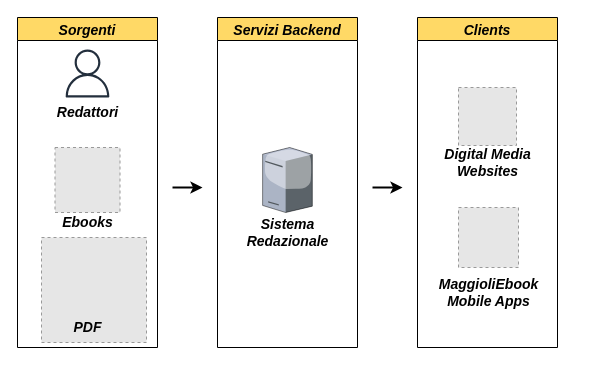
The draw.io diagram page "Page-21" (19 of 19) of tesi-2.drawio in paganellif/tesi-paganelli, before the edit. Source tidied: cells renumbered, new cells numbered last; positions are measured from the earlier drawing's top-left corner, leaving out a move shared by most shapes. Both pictures are drawn from the tidied source at 100%, with x=0, y=0 at pixel (17, 17). Pictures stored in the file or linked from it are replaced by grey dashed boxes.
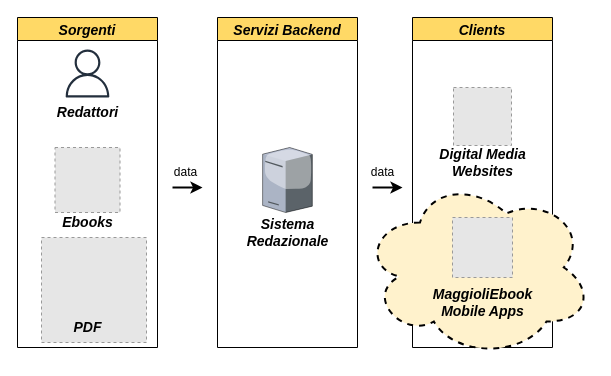
Above is the later version.

Change to the diagram source:
```diff
@@
     <mxCell id="14" value="Clients" style="swimlane;fillColor=#FFD966;fontSize=14;fontStyle=3;" parent="1" vertex="1">
-      <mxGeometry x="400" width="140" height="330" as="geometry" />
+      <mxGeometry x="395" width="140" height="330" as="geometry" />
     </mxCell>
@@
-    <mxCell id="17" style="fillColor=#E6E6E6;strokeColor=#999999;dashed=1;html=1;verticalAlign=top;verticalLabelPosition=bottom;labelBackgroundColor=#ffffff;fontSize=19;" parent="14" vertex="1">
-      <mxGeometry x="41" y="190" width="60" height="60" as="geometry" />
-    </mxCell>
+    <mxCell id="19" style="ellipse;shape=cloud;whiteSpace=wrap;html=1;strokeColor=#000000;strokeWidth=2;fillColor=#FFF2CC;dashed=1;" parent="14" vertex="1">
+      <mxGeometry x="-50" y="160" width="230" height="180" as="geometry" />
+    </mxCell>
+    <mxCell id="20" style="fillColor=#E6E6E6;strokeColor=#999999;dashed=1;html=1;verticalAlign=top;verticalLabelPosition=bottom;labelBackgroundColor=#ffffff;fontSize=19;" parent="14" vertex="1">
+      <mxGeometry x="40" y="200" width="60" height="60" as="geometry" />
+    </mxCell>
     <mxCell id="18" value="&lt;span style=&quot;font-size: 14px;&quot;&gt;&lt;b&gt;&lt;i&gt;MaggioliEbook&lt;br&gt;&lt;/i&gt;&lt;/b&gt;&lt;/span&gt;&lt;font style=&quot;font-size: 14px;&quot;&gt;&lt;i&gt;&lt;b&gt;Mobile Apps&lt;/b&gt;&lt;/i&gt;&lt;/font&gt;" style="text;html=1;align=center;verticalAlign=middle;strokeColor=none;fillColor=none;" parent="14" vertex="1">
-      <mxGeometry x="11" y="250" width="120" height="50" as="geometry" />
+      <mxGeometry x="10" y="260" width="120" height="50" as="geometry" />
     </mxCell>
+    <mxCell id="21" value="data" style="text;html=1;align=center;verticalAlign=middle;strokeColor=none;fillColor=none;" parent="1" vertex="1">
+      <mxGeometry x="143" y="140" width="50" height="30" as="geometry" />
+    </mxCell>
+    <mxCell id="22" value="data" style="text;html=1;align=center;verticalAlign=middle;strokeColor=none;fillColor=none;" parent="1" vertex="1">
+      <mxGeometry x="340" y="140" width="50" height="30" as="geometry" />
+    </mxCell>
```
